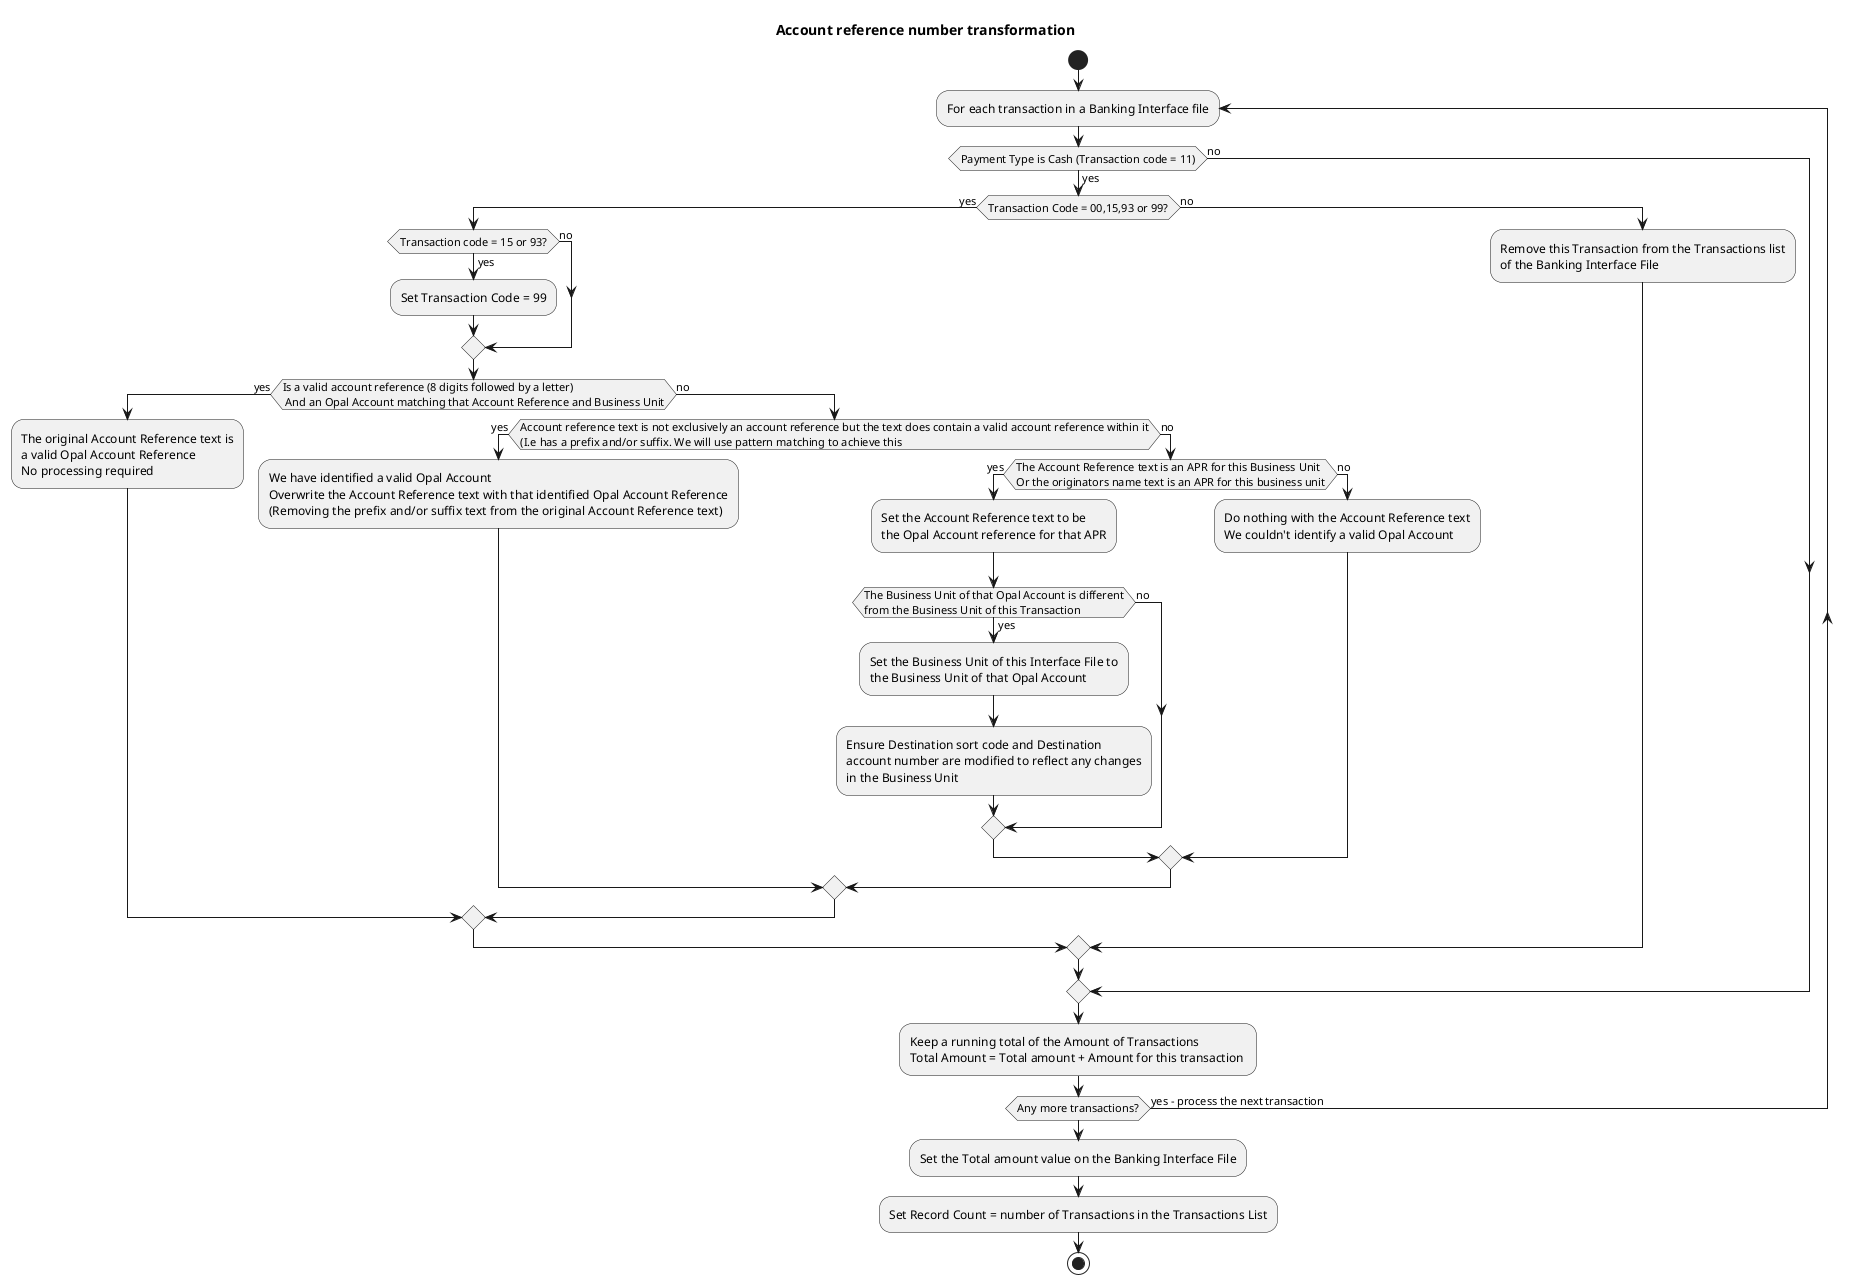
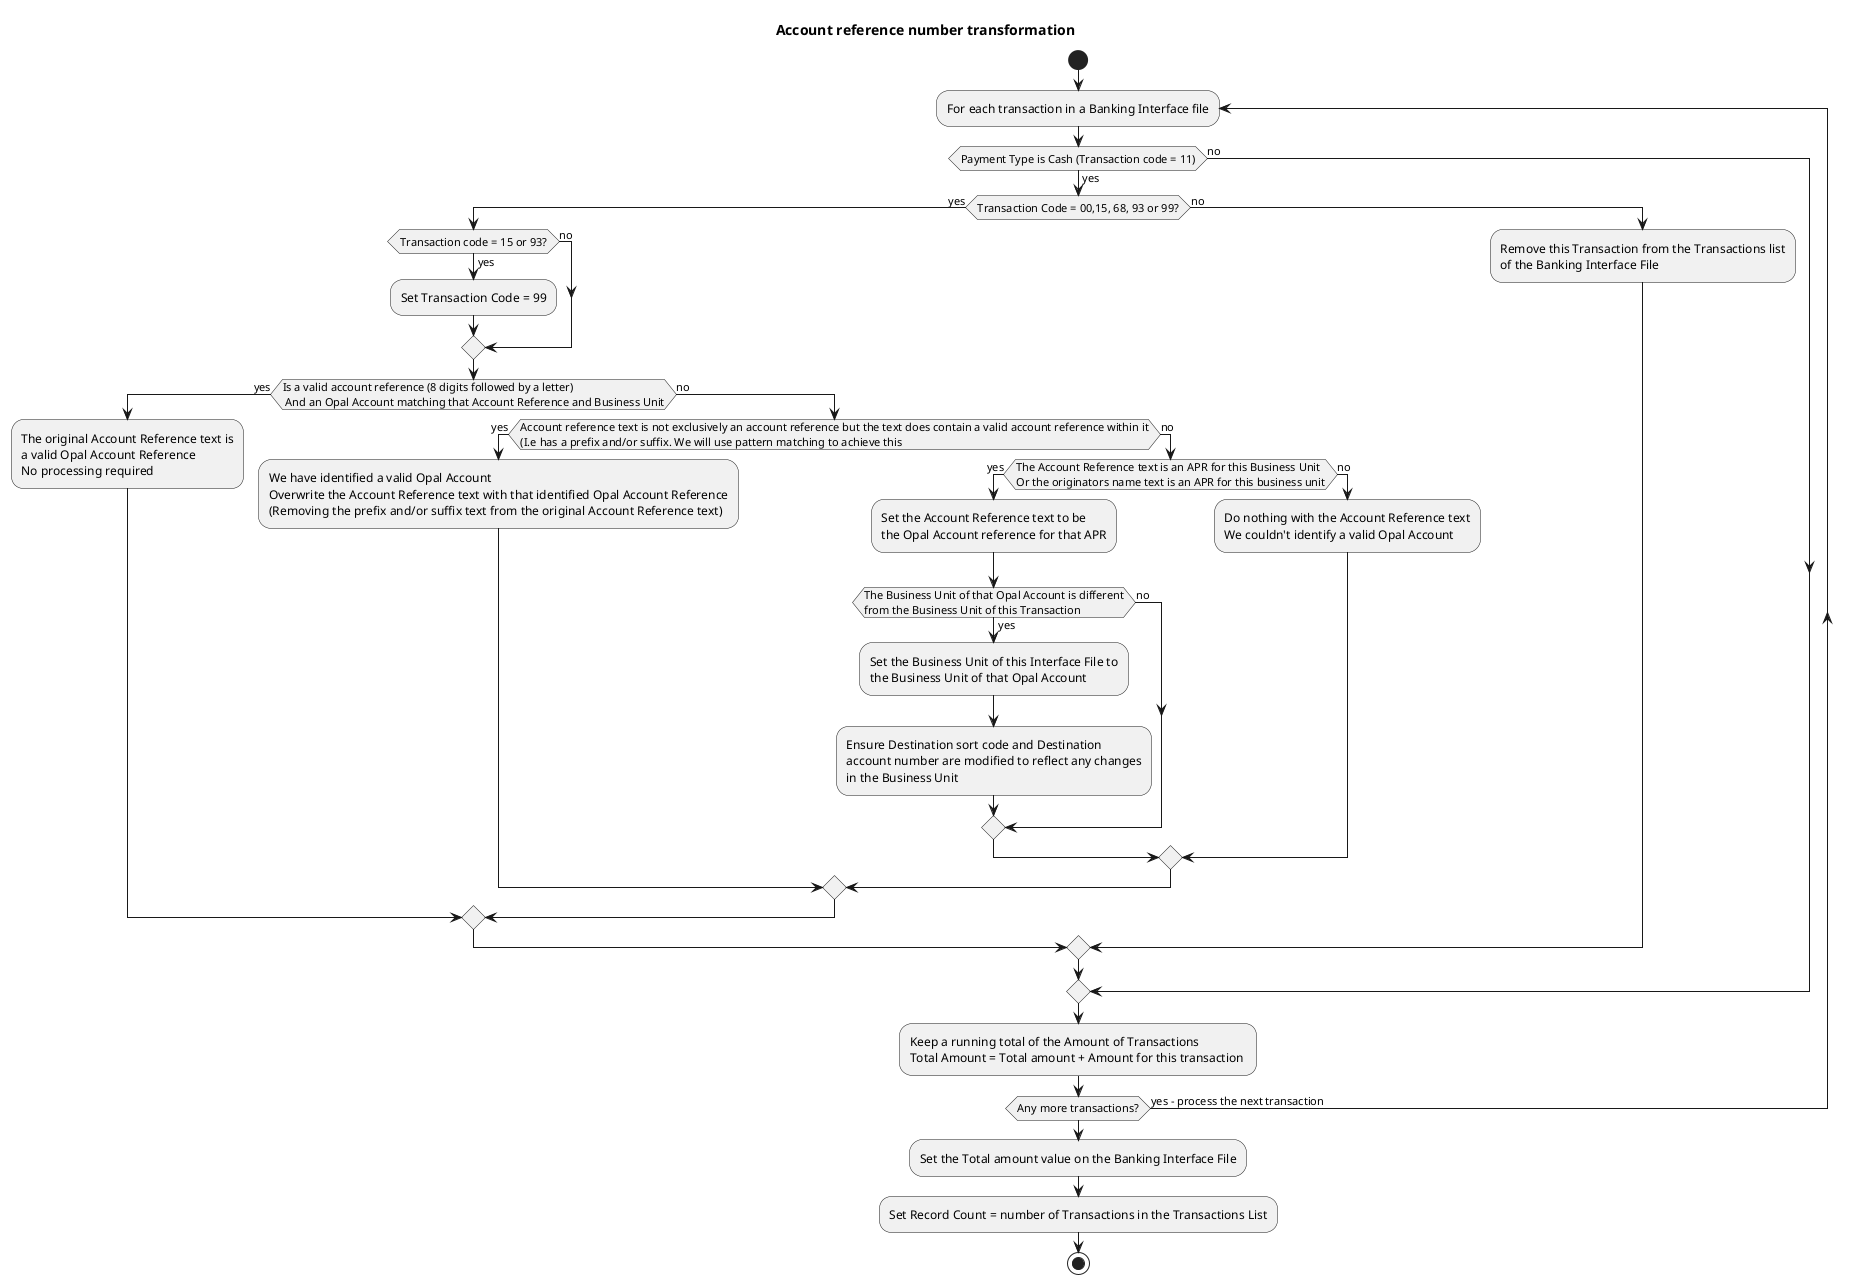
@startuml
title Account reference number transformation
start
repeat:For each transaction in a Banking Interface file;
if (Payment Type is Cash (Transaction code = 11)) then (yes)
-     if (Transaction Code = 00,15,93 or 99?) then (yes)
+     if (Transaction Code = 00,15, 68, 93 or 99?) then (yes)
        if (Transaction code = 15 or 93?) then (yes)
            :Set Transaction Code = 99;
        else (no)
        endif
        if (Is a valid account reference (8 digits followed by a letter)\n And an Opal Account matching that Account Reference and Business Unit) then (yes)
            :The original Account Reference text is\na valid Opal Account Reference\nNo processing required;
        else (no)
            if (Account reference text is not exclusively an account reference but the text does contain a valid account reference within it\n(I.e has a prefix and/or suffix. We will use pattern matching to achieve this) then (yes)
                :We have identified a valid Opal Account\nOverwrite the Account Reference text with that identified Opal Account Reference\n(Removing the prefix and/or suffix text from the original Account Reference text);
            else (no)
                if (The Account Reference text is an APR for this Business Unit\nOr the originators name text is an APR for this business unit) then (yes)
                    :Set the Account Reference text to be\nthe Opal Account reference for that APR;
                    if (The Business Unit of that Opal Account is different\nfrom the Business Unit of this Transaction) then (yes)
                        :Set the Business Unit of this Interface File to\nthe Business Unit of that Opal Account;
                        :Ensure Destination sort code and Destination\naccount number are modified to reflect any changes\nin the Business Unit;
                    else (no)
                    endif
                else (no)
                    :Do nothing with the Account Reference text\nWe couldn't identify a valid Opal Account;
                endif
            endif
        endif
    else (no);
        :Remove this Transaction from the Transactions list\nof the Banking Interface File;
    endif
else (no)
endif
        :Keep a running total of the Amount of Transactions\nTotal Amount = Total amount + Amount for this transaction ;
repeat while (Any more transactions?) is (yes - process the next transaction);
:Set the Total amount value on the Banking Interface File;
:Set Record Count = number of Transactions in the Transactions List;
stop
- @enduml
+ @enduml